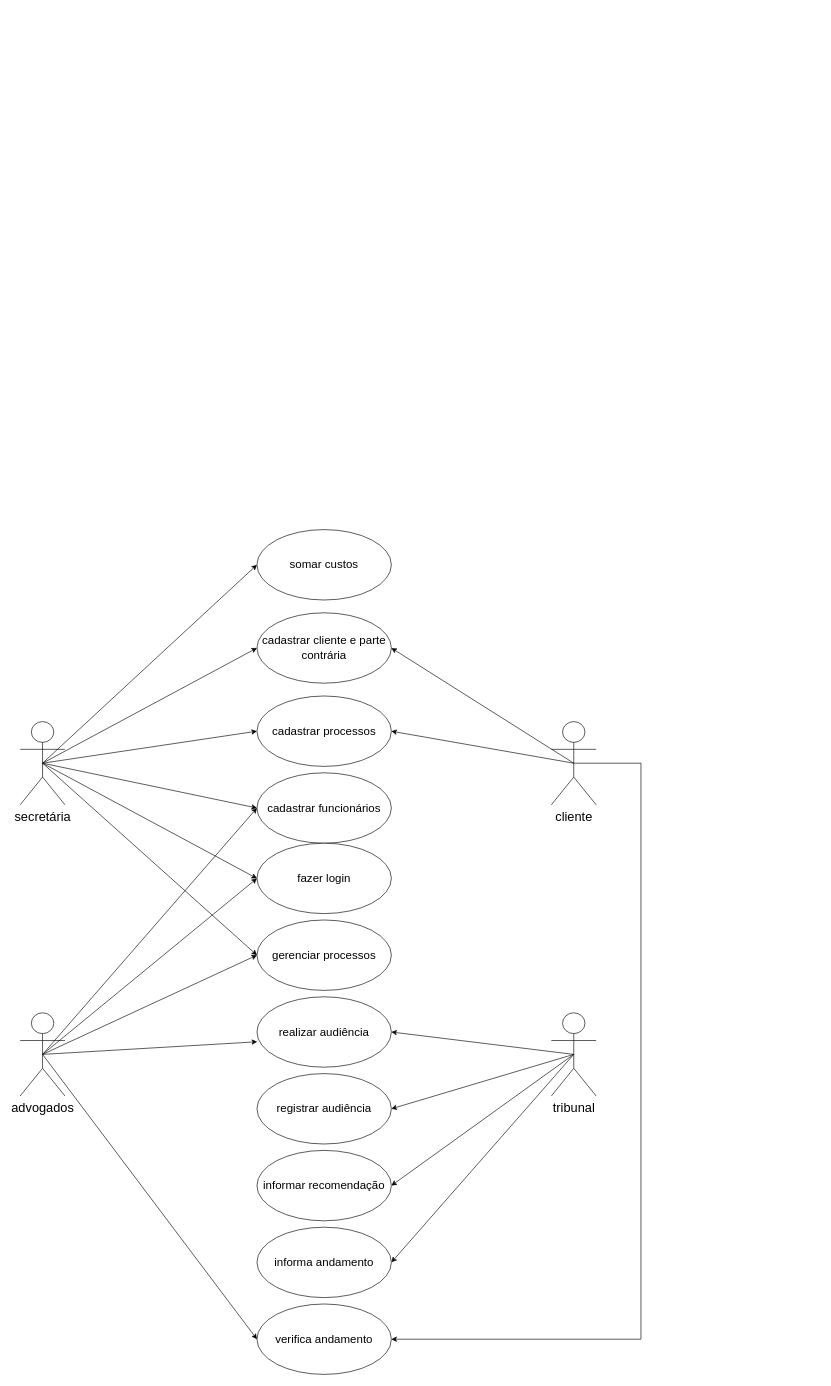
wesleybmartins124/academico keeps this draw.io diagram as Untitled Diagram.drawio. Above is the earlier version. Source tidied: cells renumbered, new cells numbered last; positions are measured from the earlier drawing's top-left corner, leaving out a move shared by most shapes. Both pictures are drawn from the tidied source at 64%, with x=0, y=0 at pixel (20, 529).
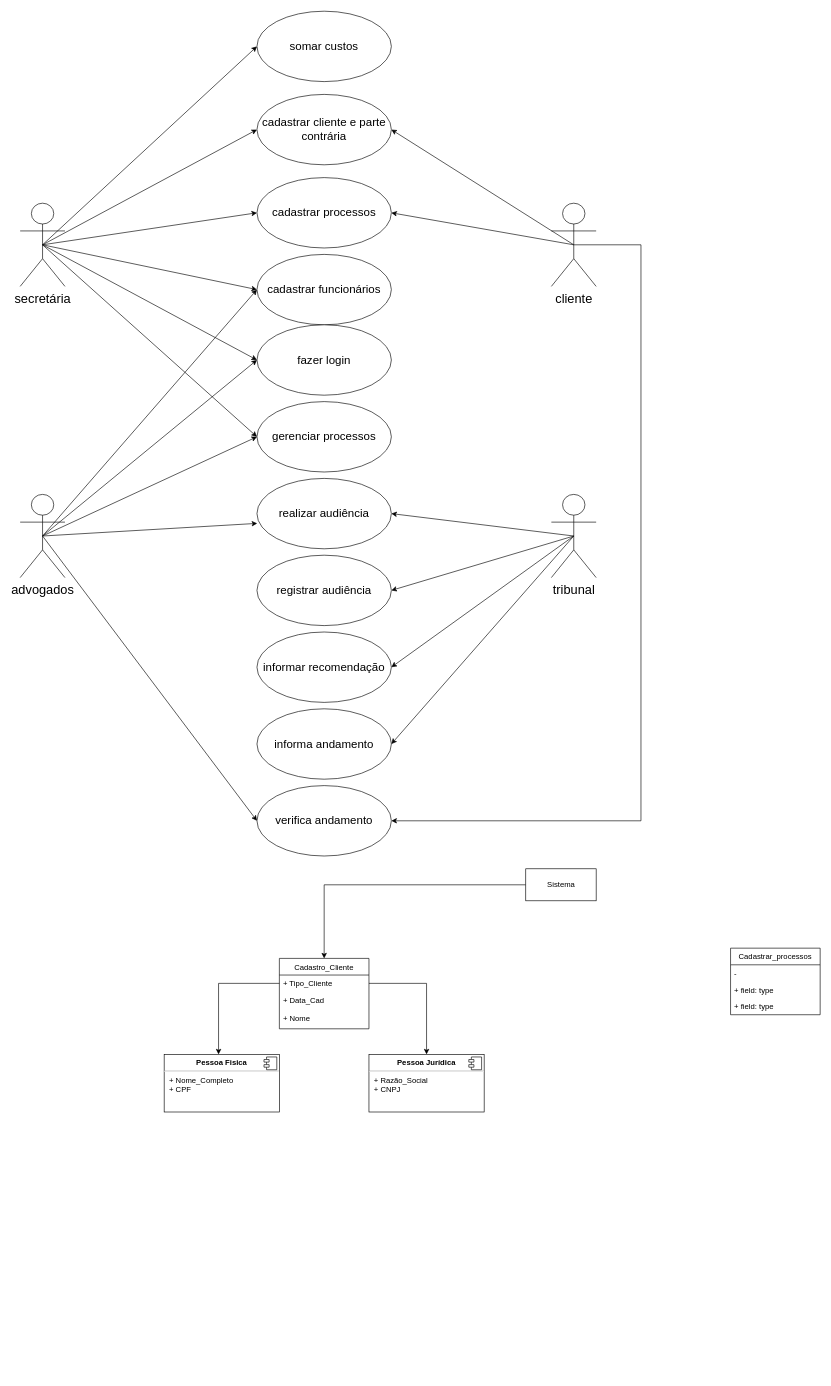
After the change.

What changed in the source:
```diff
@@
+    <mxCell id="35" style="group;" parent="1" vertex="1">
+      <mxGeometry y="-810" width="970" height="1320" as="geometry" />
+    </mxCell>
-    <mxCell id="2" value="&lt;span style=&quot;font-size: 18px&quot;&gt;cadastrar cliente e parte contrária&lt;/span&gt;" style="ellipse;whiteSpace=wrap;html=1;" parent="1" vertex="1">
+    <mxCell id="2" value="&lt;span style=&quot;font-size: 18px&quot;&gt;cadastrar cliente e parte contrária&lt;/span&gt;" style="ellipse;whiteSpace=wrap;html=1;" parent="35" vertex="1">
       <mxGeometry x="370" y="130" width="210" height="110" as="geometry" />
     </mxCell>
-    <mxCell id="3" style="edgeStyle=none;rounded=0;jettySize=auto;html=1;exitX=0.5;exitY=0.5;exitDx=0;exitDy=0;exitPerimeter=0;entryX=0;entryY=0.5;entryDx=0;entryDy=0;fontSize=18;" parent="1" edge="1" source="9" target="2">
+    <mxCell id="3" style="edgeStyle=none;rounded=0;jettySize=auto;html=1;exitX=0.5;exitY=0.5;exitDx=0;exitDy=0;exitPerimeter=0;entryX=0;entryY=0.5;entryDx=0;entryDy=0;fontSize=18;" parent="35" edge="1" source="9" target="2">
       <mxGeometry relative="1" as="geometry" />
     </mxCell>
-    <mxCell id="4" style="edgeStyle=none;rounded=0;jettySize=auto;html=1;exitX=0.5;exitY=0.5;exitDx=0;exitDy=0;exitPerimeter=0;entryX=0;entryY=0.5;entryDx=0;entryDy=0;fontSize=18;" parent="1" edge="1" source="9" target="21">
-      <mxGeometry relative="1" as="geometry" />
-    </mxCell>
-    <mxCell id="5" style="edgeStyle=none;rounded=0;jettySize=auto;html=1;exitX=0.5;exitY=0.5;exitDx=0;exitDy=0;exitPerimeter=0;entryX=0;entryY=0.5;entryDx=0;entryDy=0;fontSize=18;" parent="1" edge="1" source="9" target="29">
-      <mxGeometry relative="1" as="geometry" />
-    </mxCell>
-    <mxCell id="6" style="edgeStyle=none;rounded=0;jettySize=auto;html=1;exitX=0.5;exitY=0.5;exitDx=0;exitDy=0;exitPerimeter=0;entryX=0;entryY=0.5;entryDx=0;entryDy=0;fontSize=18;" parent="1" edge="1" source="9" target="30">
-      <mxGeometry relative="1" as="geometry" />
-    </mxCell>
-    <mxCell id="7" style="rounded=0;jettySize=auto;html=1;exitX=0.5;exitY=0.5;exitDx=0;exitDy=0;exitPerimeter=0;fontSize=18;entryX=0;entryY=0.5;entryDx=0;entryDy=0;" parent="1" edge="1" source="9" target="33">
-      <mxGeometry relative="1" as="geometry" />
-    </mxCell>
-    <mxCell id="8" style="rounded=0;jettySize=auto;html=1;exitX=0.5;exitY=0.5;exitDx=0;exitDy=0;exitPerimeter=0;entryX=0;entryY=0.5;entryDx=0;entryDy=0;" parent="1" edge="1" source="9" target="34">
-      <mxGeometry relative="1" as="geometry" />
-    </mxCell>
-    <mxCell id="9" value="&lt;font style=&quot;font-size: 20px&quot;&gt;secretária&lt;/font&gt;" style="shape=umlActor;verticalLabelPosition=bottom;verticalAlign=top;html=1;outlineConnect=0;" parent="1" vertex="1">
+    <mxCell id="9" value="&lt;font style=&quot;font-size: 20px&quot;&gt;secretária&lt;/font&gt;" style="shape=umlActor;verticalLabelPosition=bottom;verticalAlign=top;html=1;outlineConnect=0;" parent="35" vertex="1">
       <mxGeometry y="300" width="70" height="130" as="geometry" />
     </mxCell>
-    <mxCell id="10" style="edgeStyle=none;rounded=0;jettySize=auto;html=1;exitX=0.5;exitY=0.5;exitDx=0;exitDy=0;exitPerimeter=0;entryX=0.002;entryY=0.639;entryDx=0;entryDy=0;entryPerimeter=0;fontSize=18;" parent="1" edge="1" source="15" target="31">
-      <mxGeometry relative="1" as="geometry" />
-    </mxCell>
-    <mxCell id="11" style="edgeStyle=none;rounded=0;jettySize=auto;html=1;exitX=0.5;exitY=0.5;exitDx=0;exitDy=0;exitPerimeter=0;entryX=0;entryY=0.5;entryDx=0;entryDy=0;fontSize=18;" parent="1" edge="1" source="15" target="30">
-      <mxGeometry relative="1" as="geometry" />
-    </mxCell>
-    <mxCell id="12" style="edgeStyle=none;rounded=0;jettySize=auto;html=1;exitX=0.5;exitY=0.5;exitDx=0;exitDy=0;exitPerimeter=0;entryX=0;entryY=0.5;entryDx=0;entryDy=0;fontSize=18;" parent="1" edge="1" source="15" target="32">
-      <mxGeometry relative="1" as="geometry" />
-    </mxCell>
-    <mxCell id="13" style="edgeStyle=none;rounded=0;jettySize=auto;html=1;exitX=0.5;exitY=0.5;exitDx=0;exitDy=0;exitPerimeter=0;entryX=0;entryY=0.5;entryDx=0;entryDy=0;fontSize=18;" parent="1" edge="1" source="15" target="33">
-      <mxGeometry relative="1" as="geometry" />
-    </mxCell>
-    <mxCell id="14" style="edgeStyle=none;rounded=0;jettySize=auto;html=1;exitX=0.5;exitY=0.5;exitDx=0;exitDy=0;exitPerimeter=0;entryX=0;entryY=0.5;entryDx=0;entryDy=0;fontSize=18;" parent="1" edge="1" source="15" target="29">
-      <mxGeometry relative="1" as="geometry" />
-    </mxCell>
-    <mxCell id="15" value="&lt;font style=&quot;font-size: 20px&quot;&gt;advogados&lt;/font&gt;" style="shape=umlActor;verticalLabelPosition=bottom;verticalAlign=top;html=1;outlineConnect=0;" parent="1" vertex="1">
+    <mxCell id="15" value="&lt;font style=&quot;font-size: 20px&quot;&gt;advogados&lt;/font&gt;" style="shape=umlActor;verticalLabelPosition=bottom;verticalAlign=top;html=1;outlineConnect=0;" parent="35" vertex="1">
       <mxGeometry y="755" width="70" height="130" as="geometry" />
     </mxCell>
-    <mxCell id="16" style="edgeStyle=none;rounded=0;jettySize=auto;html=1;exitX=0.5;exitY=0.5;exitDx=0;exitDy=0;exitPerimeter=0;entryX=1;entryY=0.5;entryDx=0;entryDy=0;fontSize=18;" parent="1" edge="1" source="20" target="31">
-      <mxGeometry relative="1" as="geometry" />
-    </mxCell>
-    <mxCell id="17" style="edgeStyle=none;rounded=0;jettySize=auto;html=1;exitX=0.5;exitY=0.5;exitDx=0;exitDy=0;exitPerimeter=0;entryX=1;entryY=0.5;entryDx=0;entryDy=0;fontSize=18;" parent="1" edge="1" source="20" target="27">
-      <mxGeometry relative="1" as="geometry" />
-    </mxCell>
-    <mxCell id="18" style="edgeStyle=none;rounded=0;jettySize=auto;html=1;exitX=0.5;exitY=0.5;exitDx=0;exitDy=0;exitPerimeter=0;entryX=1;entryY=0.5;entryDx=0;entryDy=0;fontSize=18;" parent="1" edge="1" source="20" target="28">
-      <mxGeometry relative="1" as="geometry" />
-    </mxCell>
-    <mxCell id="19" style="edgeStyle=none;rounded=0;jettySize=auto;html=1;exitX=0.5;exitY=0.5;exitDx=0;exitDy=0;exitPerimeter=0;entryX=1;entryY=0.5;entryDx=0;entryDy=0;fontSize=18;" parent="1" edge="1" source="20" target="26">
-      <mxGeometry relative="1" as="geometry" />
-    </mxCell>
-    <mxCell id="20" value="&lt;font style=&quot;font-size: 20px&quot;&gt;tribunal&lt;/font&gt;" style="shape=umlActor;verticalLabelPosition=bottom;verticalAlign=top;html=1;outlineConnect=0;" parent="1" vertex="1">
+    <mxCell id="20" value="&lt;font style=&quot;font-size: 20px&quot;&gt;tribunal&lt;/font&gt;" style="shape=umlActor;verticalLabelPosition=bottom;verticalAlign=top;html=1;outlineConnect=0;" parent="35" vertex="1">
       <mxGeometry x="830" y="755" width="70" height="130" as="geometry" />
     </mxCell>
-    <mxCell id="21" value="&lt;span style=&quot;font-size: 18px&quot;&gt;cadastrar processos&lt;/span&gt;" style="ellipse;whiteSpace=wrap;html=1;" parent="1" vertex="1">
+    <mxCell id="21" value="&lt;span style=&quot;font-size: 18px&quot;&gt;cadastrar processos&lt;/span&gt;" style="ellipse;whiteSpace=wrap;html=1;" parent="35" vertex="1">
       <mxGeometry x="370" y="260" width="210" height="110" as="geometry" />
     </mxCell>
+    <mxCell id="4" style="edgeStyle=none;rounded=0;jettySize=auto;html=1;exitX=0.5;exitY=0.5;exitDx=0;exitDy=0;exitPerimeter=0;entryX=0;entryY=0.5;entryDx=0;entryDy=0;fontSize=18;" parent="35" edge="1" source="9" target="21">
+      <mxGeometry relative="1" as="geometry" />
+    </mxCell>
-    <mxCell id="22" style="edgeStyle=none;rounded=0;jettySize=auto;html=1;exitX=0.5;exitY=0.5;exitDx=0;exitDy=0;exitPerimeter=0;entryX=1;entryY=0.5;entryDx=0;entryDy=0;fontSize=18;" parent="1" edge="1" source="25" target="2">
+    <mxCell id="22" style="edgeStyle=none;rounded=0;jettySize=auto;html=1;exitX=0.5;exitY=0.5;exitDx=0;exitDy=0;exitPerimeter=0;entryX=1;entryY=0.5;entryDx=0;entryDy=0;fontSize=18;" parent="35" edge="1" source="25" target="2">
       <mxGeometry relative="1" as="geometry" />
     </mxCell>
-    <mxCell id="23" style="edgeStyle=none;rounded=0;jettySize=auto;html=1;exitX=0.5;exitY=0.5;exitDx=0;exitDy=0;exitPerimeter=0;entryX=1;entryY=0.5;entryDx=0;entryDy=0;fontSize=18;" parent="1" edge="1" source="25" target="21">
+    <mxCell id="23" style="edgeStyle=none;rounded=0;jettySize=auto;html=1;exitX=0.5;exitY=0.5;exitDx=0;exitDy=0;exitPerimeter=0;entryX=1;entryY=0.5;entryDx=0;entryDy=0;fontSize=18;" parent="35" edge="1" source="25" target="21">
       <mxGeometry relative="1" as="geometry" />
     </mxCell>
-    <mxCell id="24" style="edgeStyle=elbowEdgeStyle;rounded=0;jettySize=auto;html=1;exitX=0.5;exitY=0.5;exitDx=0;exitDy=0;exitPerimeter=0;entryX=1;entryY=0.5;entryDx=0;entryDy=0;fontSize=18;" parent="1" edge="1" source="25" target="32">
-      <mxGeometry relative="1" as="geometry">
-        <Array as="points">
-          <mxPoint x="970" y="770" />
-        </Array>
-      </mxGeometry>
-    </mxCell>
-    <mxCell id="25" value="&lt;span style=&quot;font-size: 20px&quot;&gt;cliente&lt;/span&gt;" style="shape=umlActor;verticalLabelPosition=bottom;verticalAlign=top;html=1;outlineConnect=0;" parent="1" vertex="1">
+    <mxCell id="25" value="&lt;span style=&quot;font-size: 20px&quot;&gt;cliente&lt;/span&gt;" style="shape=umlActor;verticalLabelPosition=bottom;verticalAlign=top;html=1;outlineConnect=0;" parent="35" vertex="1">
       <mxGeometry x="830" y="300" width="70" height="130" as="geometry" />
     </mxCell>
-    <mxCell id="26" value="&lt;span style=&quot;font-size: 18px&quot;&gt;informa andamento&lt;/span&gt;" style="ellipse;whiteSpace=wrap;html=1;" parent="1" vertex="1">
+    <mxCell id="26" value="&lt;span style=&quot;font-size: 18px&quot;&gt;informa andamento&lt;/span&gt;" style="ellipse;whiteSpace=wrap;html=1;" parent="35" vertex="1">
       <mxGeometry x="370" y="1090" width="210" height="110" as="geometry" />
     </mxCell>
+    <mxCell id="19" style="edgeStyle=none;rounded=0;jettySize=auto;html=1;exitX=0.5;exitY=0.5;exitDx=0;exitDy=0;exitPerimeter=0;entryX=1;entryY=0.5;entryDx=0;entryDy=0;fontSize=18;" parent="35" edge="1" source="20" target="26">
+      <mxGeometry relative="1" as="geometry" />
+    </mxCell>
-    <mxCell id="27" value="&lt;font style=&quot;font-size: 18px&quot;&gt;registrar audiência&lt;/font&gt;" style="ellipse;whiteSpace=wrap;html=1;" parent="1" vertex="1">
+    <mxCell id="27" value="&lt;font style=&quot;font-size: 18px&quot;&gt;registrar audiência&lt;/font&gt;" style="ellipse;whiteSpace=wrap;html=1;" parent="35" vertex="1">
       <mxGeometry x="370" y="850" width="210" height="110" as="geometry" />
     </mxCell>
+    <mxCell id="17" style="edgeStyle=none;rounded=0;jettySize=auto;html=1;exitX=0.5;exitY=0.5;exitDx=0;exitDy=0;exitPerimeter=0;entryX=1;entryY=0.5;entryDx=0;entryDy=0;fontSize=18;" parent="35" edge="1" source="20" target="27">
+      <mxGeometry relative="1" as="geometry" />
+    </mxCell>
-    <mxCell id="28" value="&lt;span style=&quot;font-size: 18px&quot;&gt;informar recomendação&lt;/span&gt;" style="ellipse;whiteSpace=wrap;html=1;" parent="1" vertex="1">
+    <mxCell id="28" value="&lt;span style=&quot;font-size: 18px&quot;&gt;informar recomendação&lt;/span&gt;" style="ellipse;whiteSpace=wrap;html=1;" parent="35" vertex="1">
       <mxGeometry x="370" y="970" width="210" height="110" as="geometry" />
     </mxCell>
+    <mxCell id="18" style="edgeStyle=none;rounded=0;jettySize=auto;html=1;exitX=0.5;exitY=0.5;exitDx=0;exitDy=0;exitPerimeter=0;entryX=1;entryY=0.5;entryDx=0;entryDy=0;fontSize=18;" parent="35" edge="1" source="20" target="28">
+      <mxGeometry relative="1" as="geometry" />
+    </mxCell>
-    <mxCell id="29" value="&lt;span style=&quot;font-size: 18px&quot;&gt;cadastrar funcionários&lt;/span&gt;" style="ellipse;whiteSpace=wrap;html=1;" parent="1" vertex="1">
+    <mxCell id="29" value="&lt;span style=&quot;font-size: 18px&quot;&gt;cadastrar funcionários&lt;/span&gt;" style="ellipse;whiteSpace=wrap;html=1;" parent="35" vertex="1">
       <mxGeometry x="370" y="380" width="210" height="110" as="geometry" />
     </mxCell>
+    <mxCell id="5" style="edgeStyle=none;rounded=0;jettySize=auto;html=1;exitX=0.5;exitY=0.5;exitDx=0;exitDy=0;exitPerimeter=0;entryX=0;entryY=0.5;entryDx=0;entryDy=0;fontSize=18;" parent="35" edge="1" source="9" target="29">
+      <mxGeometry relative="1" as="geometry" />
+    </mxCell>
+    <mxCell id="14" style="edgeStyle=none;rounded=0;jettySize=auto;html=1;exitX=0.5;exitY=0.5;exitDx=0;exitDy=0;exitPerimeter=0;entryX=0;entryY=0.5;entryDx=0;entryDy=0;fontSize=18;" parent="35" edge="1" source="15" target="29">
+      <mxGeometry relative="1" as="geometry" />
+    </mxCell>
-    <mxCell id="30" value="&lt;span style=&quot;font-size: 18px&quot;&gt;gerenciar processos&lt;/span&gt;" style="ellipse;whiteSpace=wrap;html=1;" parent="1" vertex="1">
+    <mxCell id="30" value="&lt;span style=&quot;font-size: 18px&quot;&gt;gerenciar processos&lt;/span&gt;" style="ellipse;whiteSpace=wrap;html=1;" parent="35" vertex="1">
       <mxGeometry x="370" y="610" width="210" height="110" as="geometry" />
     </mxCell>
+    <mxCell id="6" style="edgeStyle=none;rounded=0;jettySize=auto;html=1;exitX=0.5;exitY=0.5;exitDx=0;exitDy=0;exitPerimeter=0;entryX=0;entryY=0.5;entryDx=0;entryDy=0;fontSize=18;" parent="35" edge="1" source="9" target="30">
+      <mxGeometry relative="1" as="geometry" />
+    </mxCell>
+    <mxCell id="11" style="edgeStyle=none;rounded=0;jettySize=auto;html=1;exitX=0.5;exitY=0.5;exitDx=0;exitDy=0;exitPerimeter=0;entryX=0;entryY=0.5;entryDx=0;entryDy=0;fontSize=18;" parent="35" edge="1" source="15" target="30">
+      <mxGeometry relative="1" as="geometry" />
+    </mxCell>
-    <mxCell id="31" value="&lt;span style=&quot;font-size: 18px&quot;&gt;realizar audiência&lt;/span&gt;" style="ellipse;whiteSpace=wrap;html=1;" parent="1" vertex="1">
+    <mxCell id="31" value="&lt;span style=&quot;font-size: 18px&quot;&gt;realizar audiência&lt;/span&gt;" style="ellipse;whiteSpace=wrap;html=1;" parent="35" vertex="1">
       <mxGeometry x="370" y="730" width="210" height="110" as="geometry" />
     </mxCell>
+    <mxCell id="10" style="edgeStyle=none;rounded=0;jettySize=auto;html=1;exitX=0.5;exitY=0.5;exitDx=0;exitDy=0;exitPerimeter=0;entryX=0.002;entryY=0.639;entryDx=0;entryDy=0;entryPerimeter=0;fontSize=18;" parent="35" edge="1" source="15" target="31">
+      <mxGeometry relative="1" as="geometry" />
+    </mxCell>
+    <mxCell id="16" style="edgeStyle=none;rounded=0;jettySize=auto;html=1;exitX=0.5;exitY=0.5;exitDx=0;exitDy=0;exitPerimeter=0;entryX=1;entryY=0.5;entryDx=0;entryDy=0;fontSize=18;" parent="35" edge="1" source="20" target="31">
+      <mxGeometry relative="1" as="geometry" />
+    </mxCell>
-    <mxCell id="32" value="&lt;span style=&quot;font-size: 18px&quot;&gt;verifica andamento&lt;/span&gt;" style="ellipse;whiteSpace=wrap;html=1;" parent="1" vertex="1">
+    <mxCell id="32" value="&lt;span style=&quot;font-size: 18px&quot;&gt;verifica andamento&lt;/span&gt;" style="ellipse;whiteSpace=wrap;html=1;" parent="35" vertex="1">
       <mxGeometry x="370" y="1210" width="210" height="110" as="geometry" />
     </mxCell>
+    <mxCell id="12" style="edgeStyle=none;rounded=0;jettySize=auto;html=1;exitX=0.5;exitY=0.5;exitDx=0;exitDy=0;exitPerimeter=0;entryX=0;entryY=0.5;entryDx=0;entryDy=0;fontSize=18;" parent="35" edge="1" source="15" target="32">
+      <mxGeometry relative="1" as="geometry" />
+    </mxCell>
+    <mxCell id="24" style="edgeStyle=elbowEdgeStyle;rounded=0;jettySize=auto;html=1;exitX=0.5;exitY=0.5;exitDx=0;exitDy=0;exitPerimeter=0;entryX=1;entryY=0.5;entryDx=0;entryDy=0;fontSize=18;" parent="35" edge="1" source="25" target="32">
+      <mxGeometry relative="1" as="geometry">
+        <Array as="points">
+          <mxPoint x="970" y="770" />
+        </Array>
+      </mxGeometry>
+    </mxCell>
-    <mxCell id="33" value="&lt;span style=&quot;font-size: 18px&quot;&gt;fazer login&lt;/span&gt;" style="ellipse;whiteSpace=wrap;html=1;" parent="1" vertex="1">
+    <mxCell id="33" value="&lt;span style=&quot;font-size: 18px&quot;&gt;fazer login&lt;/span&gt;" style="ellipse;whiteSpace=wrap;html=1;" parent="35" vertex="1">
       <mxGeometry x="370" y="490" width="210" height="110" as="geometry" />
     </mxCell>
+    <mxCell id="7" style="rounded=0;jettySize=auto;html=1;exitX=0.5;exitY=0.5;exitDx=0;exitDy=0;exitPerimeter=0;fontSize=18;entryX=0;entryY=0.5;entryDx=0;entryDy=0;" parent="35" edge="1" source="9" target="33">
+      <mxGeometry relative="1" as="geometry" />
+    </mxCell>
+    <mxCell id="13" style="edgeStyle=none;rounded=0;jettySize=auto;html=1;exitX=0.5;exitY=0.5;exitDx=0;exitDy=0;exitPerimeter=0;entryX=0;entryY=0.5;entryDx=0;entryDy=0;fontSize=18;" parent="35" edge="1" source="15" target="33">
+      <mxGeometry relative="1" as="geometry" />
+    </mxCell>
-    <mxCell id="34" value="&lt;span style=&quot;font-size: 18px&quot;&gt;somar custos&lt;/span&gt;" style="ellipse;whiteSpace=wrap;html=1;" parent="1" vertex="1">
+    <mxCell id="34" value="&lt;span style=&quot;font-size: 18px&quot;&gt;somar custos&lt;/span&gt;" style="ellipse;whiteSpace=wrap;html=1;" parent="35" vertex="1">
       <mxGeometry x="370" width="210" height="110" as="geometry" />
     </mxCell>
+    <mxCell id="8" style="rounded=0;jettySize=auto;html=1;exitX=0.5;exitY=0.5;exitDx=0;exitDy=0;exitPerimeter=0;entryX=0;entryY=0.5;entryDx=0;entryDy=0;" parent="35" edge="1" source="9" target="34">
+      <mxGeometry relative="1" as="geometry" />
+    </mxCell>
+    <mxCell id="36" value="Cadastro_Cliente" style="swimlane;fontStyle=0;horizontal=1;startSize=26;fillColor=none;" parent="1" vertex="1">
+      <mxGeometry x="405" y="670" width="140" height="110" as="geometry" />
+    </mxCell>
+    <mxCell id="37" value="+ Tipo_Cliente" style="text;strokeColor=none;fillColor=none;align=left;verticalAlign=top;spacingLeft=4;spacingRight=4;overflow=hidden;points=[[0,0.5],[1,0.5]];portConstraint=eastwest;" parent="36" vertex="1">
+      <mxGeometry y="26" width="140" height="26" as="geometry" />
+    </mxCell>
+    <mxCell id="38" value="+ Data_Cad" style="text;strokeColor=none;fillColor=none;align=left;verticalAlign=top;spacingLeft=4;spacingRight=4;overflow=hidden;" parent="36" vertex="1">
+      <mxGeometry y="52" width="140" height="58" as="geometry" />
+    </mxCell>
+    <mxCell id="39" style="edgeStyle=orthogonalEdgeStyle;rounded=0;jettySize=auto;html=1;exitX=1;exitY=0.5;exitDx=0;exitDy=0;" parent="1" edge="1" source="37" target="40">
+      <mxGeometry relative="1" as="geometry" />
+    </mxCell>
+    <mxCell id="40" value="&lt;p style=&quot;margin: 6px 0px 0px ; text-align: center&quot;&gt;&lt;b&gt;Pessoa Jurídica&lt;/b&gt;&lt;/p&gt;&lt;hr&gt;&lt;p style=&quot;margin: 0px 0px 0px 8px&quot;&gt;+ Razão_Social&lt;br&gt;+ CNPJ&lt;/p&gt;" style="align=left;overflow=fill;html=1;" parent="1" vertex="1">
+      <mxGeometry x="545" y="820" width="180" height="90" as="geometry" />
+    </mxCell>
+    <mxCell id="41" style="shape=component;jettyWidth=8;jettyHeight=4;" parent="40" vertex="1">
+      <mxGeometry x="1" width="20" height="20" relative="1" as="geometry">
+        <mxPoint x="-24" y="4" as="offset" />
+      </mxGeometry>
+    </mxCell>
+    <mxCell id="42" style="edgeStyle=orthogonalEdgeStyle;rounded=0;jettySize=auto;html=1;exitX=0;exitY=0.5;exitDx=0;exitDy=0;" parent="1" edge="1" source="37">
+      <mxGeometry relative="1" as="geometry">
+        <mxPoint x="310" y="820" as="targetPoint" />
+        <Array as="points">
+          <mxPoint x="310" y="709" />
+          <mxPoint x="310" y="820" />
+        </Array>
+      </mxGeometry>
+    </mxCell>
+    <mxCell id="43" value="&lt;p style=&quot;margin: 6px 0px 0px ; text-align: center&quot;&gt;&lt;b&gt;Pessoa Fisica&lt;/b&gt;&lt;/p&gt;&lt;hr&gt;&lt;p style=&quot;margin: 0px 0px 0px 8px&quot;&gt;+ Nome_Completo&lt;br&gt;+ CPF&lt;/p&gt;" style="align=left;overflow=fill;html=1;" parent="1" vertex="1">
+      <mxGeometry x="225" y="820" width="180" height="90" as="geometry" />
+    </mxCell>
+    <mxCell id="44" style="shape=component;jettyWidth=8;jettyHeight=4;" parent="43" vertex="1">
+      <mxGeometry x="1" width="20" height="20" relative="1" as="geometry">
+        <mxPoint x="-24" y="4" as="offset" />
+      </mxGeometry>
+    </mxCell>
+    <mxCell id="45" value="+ Nome" style="text;strokeColor=none;fillColor=none;align=left;verticalAlign=top;spacingLeft=4;spacingRight=4;overflow=hidden;" parent="1" vertex="1">
+      <mxGeometry x="405" y="750" width="140" height="30" as="geometry" />
+    </mxCell>
+    <mxCell id="46" style="edgeStyle=orthogonalEdgeStyle;rounded=0;jettySize=auto;html=1;exitX=0;exitY=0.5;exitDx=0;exitDy=0;entryX=0.5;entryY=0;entryDx=0;entryDy=0;" parent="1" edge="1" source="47" target="36">
+      <mxGeometry relative="1" as="geometry" />
+    </mxCell>
+    <mxCell id="47" value="Sistema" style="html=1;" parent="1" vertex="1">
+      <mxGeometry x="790" y="530" width="110" height="50" as="geometry" />
+    </mxCell>
+    <mxCell id="48" value="Cadastrar_processos" style="swimlane;fontStyle=0;horizontal=1;startSize=26;fillColor=none;" parent="1" vertex="1">
+      <mxGeometry x="1110" y="654" width="140" height="104" as="geometry" />
+    </mxCell>
+    <mxCell id="49" value="-&#10;" style="text;strokeColor=none;fillColor=none;align=left;verticalAlign=top;spacingLeft=4;spacingRight=4;overflow=hidden;" parent="48" vertex="1">
+      <mxGeometry y="26" width="140" height="26" as="geometry" />
+    </mxCell>
+    <mxCell id="50" value="+ field: type" style="text;strokeColor=none;fillColor=none;align=left;verticalAlign=top;spacingLeft=4;spacingRight=4;overflow=hidden;" parent="48" vertex="1">
+      <mxGeometry y="52" width="140" height="26" as="geometry" />
+    </mxCell>
+    <mxCell id="51" value="+ field: type" style="text;strokeColor=none;fillColor=none;align=left;verticalAlign=top;spacingLeft=4;spacingRight=4;overflow=hidden;" parent="48" vertex="1">
+      <mxGeometry y="78" width="140" height="26" as="geometry" />
+    </mxCell>
```
